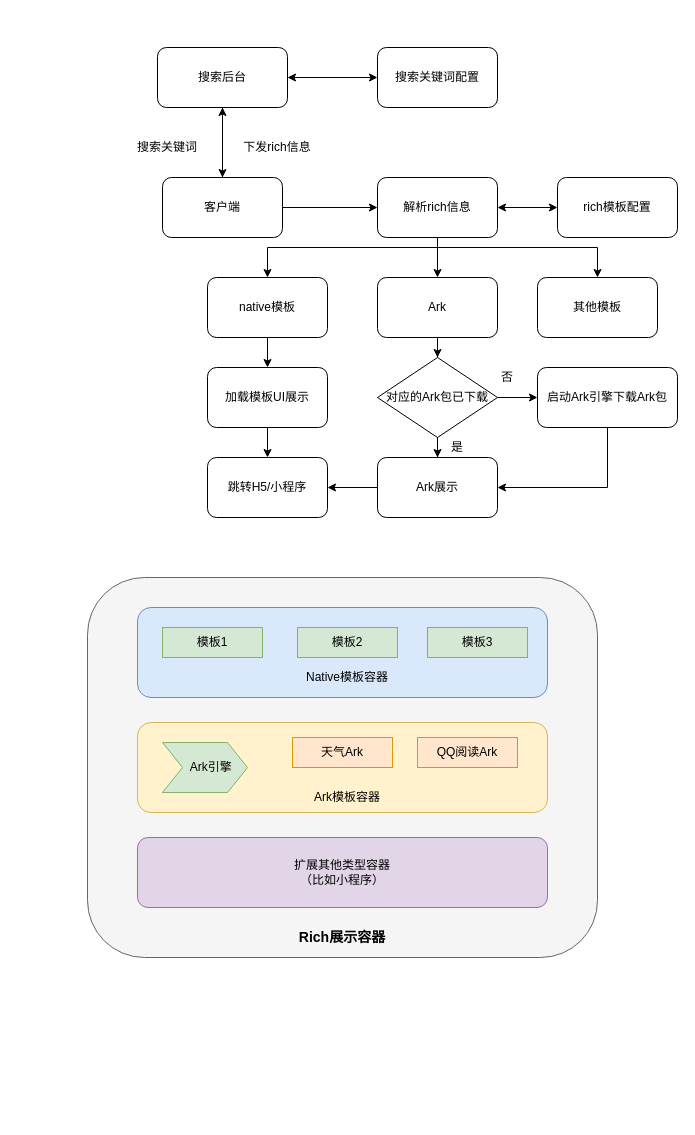
Earlier version of the draw.io diagram page "Ark" (3 of 3) of t3.drawio (wind1096471134/Brainstorming). Source tidied: cells renumbered, new cells numbered last; positions are measured from the earlier drawing's top-left corner, leaving out a move shared by most shapes. Both pictures are drawn from the tidied source at 100%, with x=0, y=0 at pixel (87, 47).
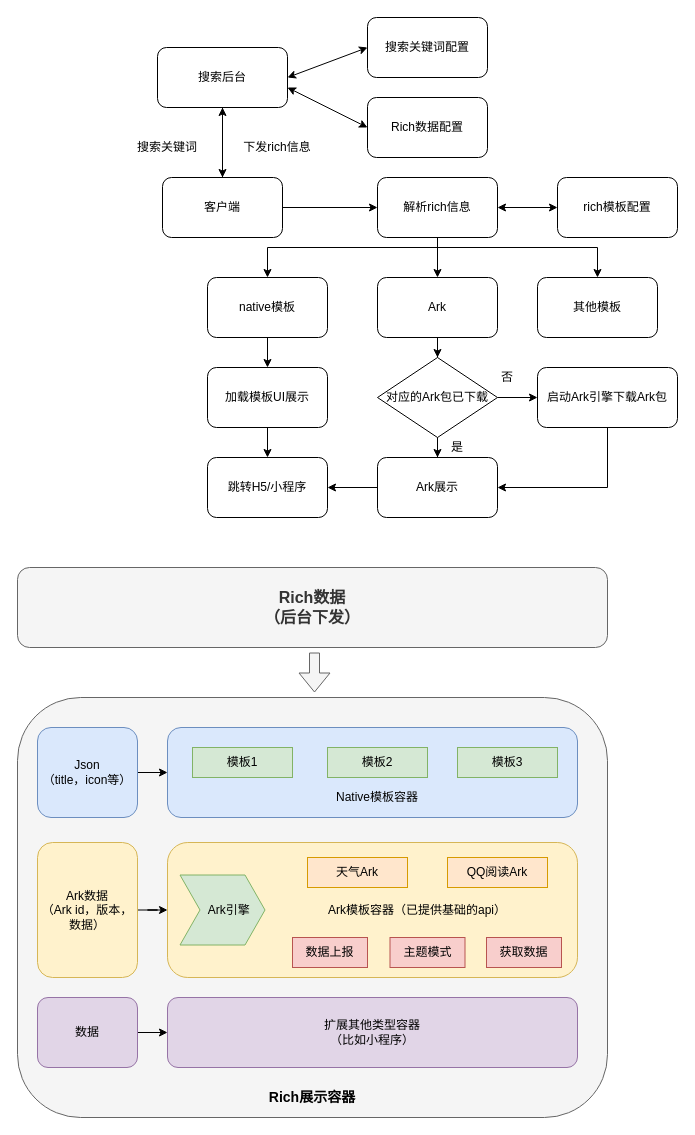
After the change.

The edit, as a diff of the source:
```diff
@@
     <mxCell id="4" value="搜索关键词配置" style="rounded=1;whiteSpace=wrap;html=1;" parent="1" vertex="1">
-      <mxGeometry x="290" width="120" height="60" as="geometry" />
+      <mxGeometry x="280" y="-30" width="120" height="60" as="geometry" />
     </mxCell>
@@
     <mxCell id="34" style="rounded=1;whiteSpace=wrap;html=1;fillColor=#f5f5f5;strokeColor=#666666;fontColor=#333333;" parent="1" vertex="1">
-      <mxGeometry y="530" width="510" height="380" as="geometry" />
+      <mxGeometry x="-70" y="650" width="590" height="420" as="geometry" />
     </mxCell>
     <mxCell id="35" value="&lt;font style=&quot;font-size: 14px&quot;&gt;&lt;b&gt;Rich展示容器&lt;/b&gt;&lt;/font&gt;" style="text;html=1;strokeColor=none;fillColor=none;align=center;verticalAlign=middle;whiteSpace=wrap;rounded=0;" parent="1" vertex="1">
-      <mxGeometry x="190" y="880" width="130" height="20" as="geometry" />
+      <mxGeometry x="160" y="1040" width="130" height="20" as="geometry" />
     </mxCell>
     <mxCell id="36" style="rounded=1;whiteSpace=wrap;html=1;fillColor=#dae8fc;strokeColor=#6c8ebf;" parent="1" vertex="1">
-      <mxGeometry x="50" y="560" width="410" height="90" as="geometry" />
+      <mxGeometry x="80" y="680" width="410" height="90" as="geometry" />
     </mxCell>
     <mxCell id="37" value="Native模板容器" style="text;html=1;strokeColor=none;fillColor=none;align=center;verticalAlign=middle;whiteSpace=wrap;rounded=0;" parent="1" vertex="1">
-      <mxGeometry x="200" y="620" width="120" height="20" as="geometry" />
+      <mxGeometry x="230" y="740" width="120" height="20" as="geometry" />
     </mxCell>
     <mxCell id="38" value="模板1" style="rounded=0;whiteSpace=wrap;html=1;fillColor=#d5e8d4;strokeColor=#82b366;" parent="1" vertex="1">
-      <mxGeometry x="75" y="580" width="100" height="30" as="geometry" />
+      <mxGeometry x="105" y="700" width="100" height="30" as="geometry" />
     </mxCell>
     <mxCell id="39" value="模板2" style="rounded=0;whiteSpace=wrap;html=1;fillColor=#d5e8d4;strokeColor=#82b366;" parent="1" vertex="1">
-      <mxGeometry x="210" y="580" width="100" height="30" as="geometry" />
+      <mxGeometry x="240" y="700" width="100" height="30" as="geometry" />
     </mxCell>
     <mxCell id="40" value="模板3" style="rounded=0;whiteSpace=wrap;html=1;fillColor=#d5e8d4;strokeColor=#82b366;" parent="1" vertex="1">
-      <mxGeometry x="340" y="580" width="100" height="30" as="geometry" />
+      <mxGeometry x="370" y="700" width="100" height="30" as="geometry" />
     </mxCell>
     <mxCell id="41" style="rounded=1;whiteSpace=wrap;html=1;fillColor=#fff2cc;strokeColor=#d6b656;" parent="1" vertex="1">
-      <mxGeometry x="50" y="675" width="410" height="90" as="geometry" />
+      <mxGeometry x="80" y="795" width="410" height="135" as="geometry" />
     </mxCell>
-    <mxCell id="42" value="Ark模板容器" style="text;html=1;strokeColor=none;fillColor=none;align=center;verticalAlign=middle;whiteSpace=wrap;rounded=0;" parent="1" vertex="1">
-      <mxGeometry x="200" y="740" width="120" height="20" as="geometry" />
+    <mxCell id="42" value="Ark模板容器（已提供基础的api）" style="text;html=1;strokeColor=none;fillColor=none;align=center;verticalAlign=middle;whiteSpace=wrap;rounded=0;" parent="1" vertex="1">
+      <mxGeometry x="230" y="852.5" width="200" height="20" as="geometry" />
     </mxCell>
     <mxCell id="43" value="天气Ark" style="rounded=0;whiteSpace=wrap;html=1;fillColor=#ffe6cc;strokeColor=#d79b00;" parent="1" vertex="1">
-      <mxGeometry x="205" y="690" width="100" height="30" as="geometry" />
+      <mxGeometry x="220" y="810" width="100" height="30" as="geometry" />
     </mxCell>
     <mxCell id="44" value="QQ阅读Ark" style="rounded=0;whiteSpace=wrap;html=1;fillColor=#ffe6cc;strokeColor=#d79b00;" parent="1" vertex="1">
-      <mxGeometry x="330" y="690" width="100" height="30" as="geometry" />
+      <mxGeometry x="360" y="810" width="100" height="30" as="geometry" />
     </mxCell>
     <mxCell id="45" value="&amp;nbsp; &amp;nbsp; Ark引擎" style="shape=step;perimeter=stepPerimeter;whiteSpace=wrap;html=1;fixedSize=1;fillColor=#d5e8d4;strokeColor=#82b366;" parent="1" vertex="1">
-      <mxGeometry x="75" y="695" width="85" height="50" as="geometry" />
+      <mxGeometry x="92.5" y="827.5" width="85" height="70" as="geometry" />
     </mxCell>
     <mxCell id="46" style="rounded=1;whiteSpace=wrap;html=1;fillColor=#e1d5e7;strokeColor=#9673a6;" parent="1" vertex="1">
-      <mxGeometry x="50" y="790" width="410" height="70" as="geometry" />
+      <mxGeometry x="80" y="950" width="410" height="70" as="geometry" />
     </mxCell>
     <mxCell id="47" value="扩展其他类型容器（比如小程序）" style="text;html=1;strokeColor=none;fillColor=none;align=center;verticalAlign=middle;whiteSpace=wrap;rounded=0;" parent="1" vertex="1">
-      <mxGeometry x="195" y="815" width="120" height="20" as="geometry" />
+      <mxGeometry x="225" y="975" width="120" height="20" as="geometry" />
     </mxCell>
@@
+    <mxCell id="49" value="Rich数据配置" style="rounded=1;whiteSpace=wrap;html=1;" parent="1" vertex="1">
+      <mxGeometry x="280" y="50" width="120" height="60" as="geometry" />
+    </mxCell>
+    <mxCell id="50" style="endArrow=classic;startArrow=classic;html=1;" parent="1" edge="1">
+      <mxGeometry relative="1" as="geometry">
+        <mxPoint x="200" y="40" as="sourcePoint" />
+        <mxPoint x="280" y="80" as="targetPoint" />
+      </mxGeometry>
+    </mxCell>
+    <mxCell id="51" value="&lt;font style=&quot;font-size: 16px&quot;&gt;&lt;b&gt;Rich数据&lt;br&gt;（后台下发）&lt;br&gt;&lt;/b&gt;&lt;/font&gt;" style="rounded=1;whiteSpace=wrap;html=1;fillColor=#f5f5f5;strokeColor=#666666;fontColor=#333333;" parent="1" vertex="1">
+      <mxGeometry x="-70" y="520" width="590" height="80" as="geometry" />
+    </mxCell>
+    <mxCell id="52" style="shape=flexArrow;endArrow=classic;html=1;fillColor=#f5f5f5;strokeColor=#666666;" parent="1" edge="1">
+      <mxGeometry relative="1" as="geometry">
+        <mxPoint x="227" y="605" as="sourcePoint" />
+        <mxPoint x="227" y="645" as="targetPoint" />
+      </mxGeometry>
+    </mxCell>
+    <mxCell id="53" style="edgeStyle=orthogonalEdgeStyle;rounded=0;jettySize=auto;html=1;" parent="1" edge="1" source="54" target="36">
+      <mxGeometry relative="1" as="geometry" />
+    </mxCell>
+    <mxCell id="54" value="Json&lt;br&gt;（title，icon等）" style="rounded=1;whiteSpace=wrap;html=1;fillColor=#dae8fc;strokeColor=#6c8ebf;" parent="1" vertex="1">
+      <mxGeometry x="-50" y="680" width="100" height="90" as="geometry" />
+    </mxCell>
+    <mxCell id="55" style="edgeStyle=orthogonalEdgeStyle;rounded=0;jettySize=auto;html=1;entryX=0;entryY=0.5;entryDx=0;entryDy=0;" parent="1" edge="1" source="56" target="41">
+      <mxGeometry relative="1" as="geometry" />
+    </mxCell>
+    <mxCell id="56" value="Ark数据&lt;br&gt;（Ark id，版本，数据）" style="rounded=1;whiteSpace=wrap;html=1;fillColor=#fff2cc;strokeColor=#d6b656;" parent="1" vertex="1">
+      <mxGeometry x="-50" y="795" width="100" height="135" as="geometry" />
+    </mxCell>
+    <mxCell id="57" style="edgeStyle=orthogonalEdgeStyle;rounded=0;jettySize=auto;html=1;entryX=0;entryY=0.5;entryDx=0;entryDy=0;" parent="1" edge="1" source="58" target="46">
+      <mxGeometry relative="1" as="geometry" />
+    </mxCell>
+    <mxCell id="58" value="数据" style="rounded=1;whiteSpace=wrap;html=1;fillColor=#e1d5e7;strokeColor=#9673a6;" parent="1" vertex="1">
+      <mxGeometry x="-50" y="950" width="100" height="70" as="geometry" />
+    </mxCell>
+    <mxCell id="59" value="数据上报" style="rounded=0;whiteSpace=wrap;html=1;fillColor=#f8cecc;strokeColor=#b85450;" parent="1" vertex="1">
+      <mxGeometry x="205" y="890" width="75" height="30" as="geometry" />
+    </mxCell>
+    <mxCell id="60" value="主题模式" style="rounded=0;whiteSpace=wrap;html=1;fillColor=#f8cecc;strokeColor=#b85450;" parent="1" vertex="1">
+      <mxGeometry x="302.5" y="890" width="75" height="30" as="geometry" />
+    </mxCell>
+    <mxCell id="61" value="获取数据" style="rounded=0;whiteSpace=wrap;html=1;fillColor=#f8cecc;strokeColor=#b85450;" parent="1" vertex="1">
+      <mxGeometry x="399" y="890" width="75" height="30" as="geometry" />
+    </mxCell>
```
